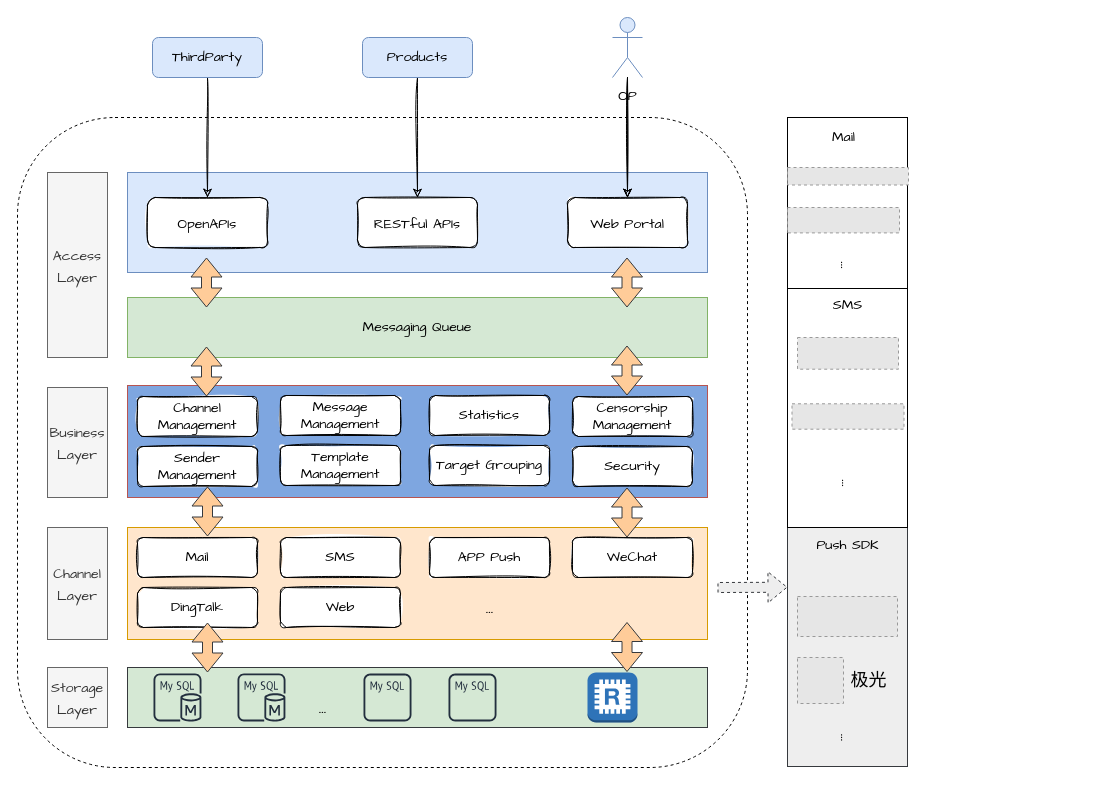
Before: page "Page-1" (1 of 2) of MSP.drawio in yindongjun/gangzhang.github.io, a draw.io diagram. Source tidied: cells renumbered, new cells numbered last; positions are measured from the earlier drawing's top-left corner, leaving out a move shared by most shapes. Both pictures are drawn from the tidied source at 100%, with x=0, y=0 at pixel (17, 17). Pictures stored in the file or linked from it are replaced by grey dashed boxes.
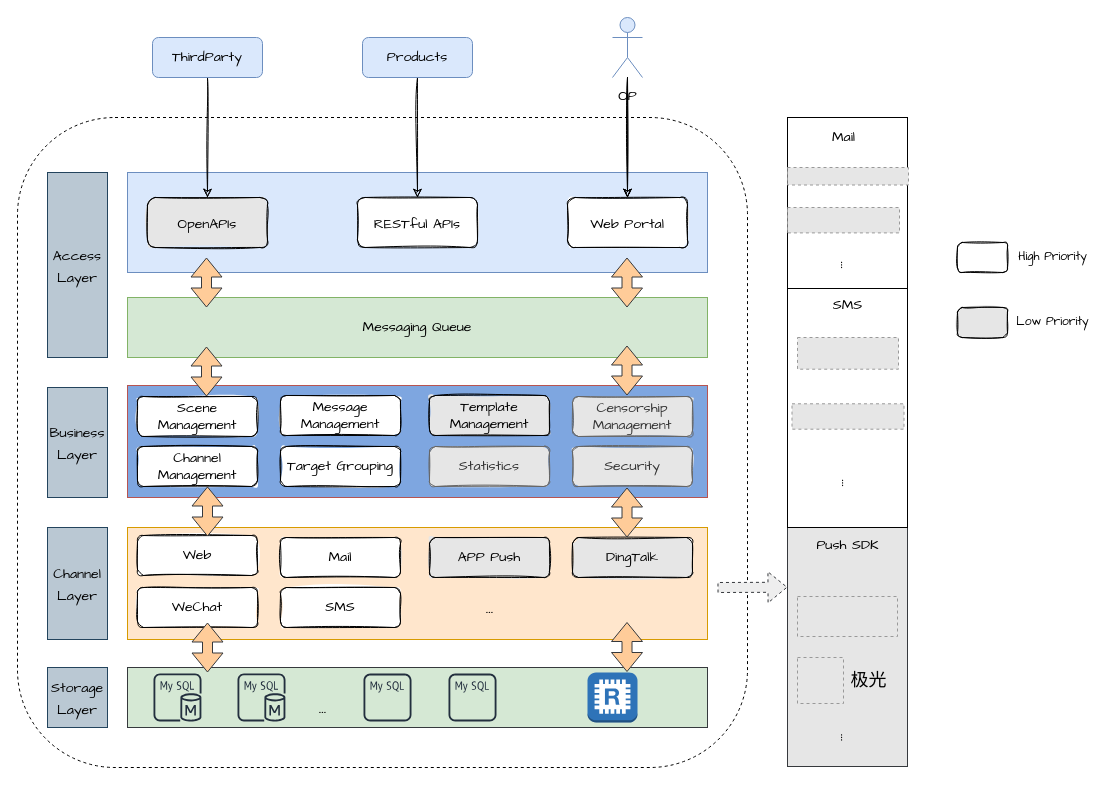
The same diagram, later.

What changed in the source:
```diff
@@
-    <mxCell id="12" value="&lt;font style=&quot;font-size: 14px;&quot;&gt;OpenAPIs&lt;/font&gt;" style="rounded=1;whiteSpace=wrap;html=1;sketch=1;fontFamily=Comic Sans MS;fontSize=18;" parent="1" vertex="1">
+    <mxCell id="12" value="&lt;font style=&quot;font-size: 14px;&quot;&gt;OpenAPIs&lt;/font&gt;" style="rounded=1;whiteSpace=wrap;html=1;sketch=1;fontFamily=Comic Sans MS;fontSize=18;fillColor=#E6E6E6;fillStyle=solid;" parent="1" vertex="1">
       <mxGeometry x="130" y="180" width="120" height="50" as="geometry" />
     </mxCell>
@@
-    <mxCell id="18" value="Template Management" style="rounded=1;whiteSpace=wrap;html=1;sketch=1;fontFamily=Comic Sans MS;fontSize=14;fillColor=default;" parent="1" vertex="1">
-      <mxGeometry x="263" y="428" width="120" height="40" as="geometry" />
+    <mxCell id="18" value="Template Management" style="rounded=1;whiteSpace=wrap;html=1;sketch=1;fontFamily=Comic Sans MS;fontSize=14;fillColor=#E6E6E6;fillStyle=solid;" parent="1" vertex="1">
+      <mxGeometry x="412" y="378" width="120" height="40" as="geometry" />
     </mxCell>
-    <mxCell id="19" value="Statistics" style="rounded=1;whiteSpace=wrap;html=1;sketch=1;fontFamily=Comic Sans MS;fontSize=14;fillColor=default;" parent="1" vertex="1">
-      <mxGeometry x="412" y="378" width="120" height="40" as="geometry" />
+    <mxCell id="19" value="Statistics" style="rounded=1;whiteSpace=wrap;html=1;sketch=1;fontFamily=Comic Sans MS;fontSize=14;fillColor=#E6E6E6;fontColor=#333333;strokeColor=#666666;fillStyle=solid;" parent="1" vertex="1">
+      <mxGeometry x="412" y="429" width="120" height="40" as="geometry" />
     </mxCell>
     <mxCell id="20" value="Target Grouping" style="rounded=1;whiteSpace=wrap;html=1;sketch=1;fontFamily=Comic Sans MS;fontSize=14;fillColor=default;" parent="1" vertex="1">
-      <mxGeometry x="412" y="428" width="120" height="40" as="geometry" />
+      <mxGeometry x="263" y="429" width="120" height="40" as="geometry" />
     </mxCell>
-    <mxCell id="21" value="Censorship Management" style="rounded=1;whiteSpace=wrap;html=1;sketch=1;fontFamily=Comic Sans MS;fontSize=14;fillColor=default;" parent="1" vertex="1">
+    <mxCell id="21" value="Censorship Management" style="rounded=1;whiteSpace=wrap;html=1;sketch=1;fontFamily=Comic Sans MS;fontSize=14;fillColor=#E6E6E6;fontColor=#333333;strokeColor=#666666;fillStyle=solid;" parent="1" vertex="1">
       <mxGeometry x="555" y="379" width="120" height="40" as="geometry" />
     </mxCell>
-    <mxCell id="22" value="Channel Management" style="rounded=1;whiteSpace=wrap;html=1;sketch=1;fontFamily=Comic Sans MS;fontSize=14;fillColor=default;" parent="1" vertex="1">
+    <mxCell id="22" value="Scene Management" style="rounded=1;whiteSpace=wrap;html=1;sketch=1;fontFamily=Comic Sans MS;fontSize=14;fillColor=default;" parent="1" vertex="1">
       <mxGeometry x="120" y="379" width="120" height="40" as="geometry" />
     </mxCell>
-    <mxCell id="23" value="Sender Management" style="rounded=1;whiteSpace=wrap;html=1;sketch=1;fontFamily=Comic Sans MS;fontSize=14;fillColor=default;" parent="1" vertex="1">
+    <mxCell id="23" value="Channel&lt;br&gt;Management" style="rounded=1;whiteSpace=wrap;html=1;sketch=1;fontFamily=Comic Sans MS;fontSize=14;fillColor=default;" parent="1" vertex="1">
       <mxGeometry x="120" y="429" width="120" height="40" as="geometry" />
     </mxCell>
@@
     <mxCell id="25" value="Mail" style="rounded=1;whiteSpace=wrap;html=1;sketch=1;fontFamily=Comic Sans MS;fontSize=14;fillColor=default;" parent="1" vertex="1">
-      <mxGeometry x="120" y="520" width="120" height="40" as="geometry" />
+      <mxGeometry x="263" y="520" width="120" height="40" as="geometry" />
     </mxCell>
     <mxCell id="26" value="SMS" style="rounded=1;whiteSpace=wrap;html=1;sketch=1;fontFamily=Comic Sans MS;fontSize=14;fillColor=default;" parent="1" vertex="1">
-      <mxGeometry x="263" y="520" width="120" height="40" as="geometry" />
+      <mxGeometry x="263" y="570" width="120" height="40" as="geometry" />
     </mxCell>
-    <mxCell id="27" value="APP Push" style="rounded=1;whiteSpace=wrap;html=1;sketch=1;fontFamily=Comic Sans MS;fontSize=14;fillColor=default;" parent="1" vertex="1">
+    <mxCell id="27" value="APP Push" style="rounded=1;whiteSpace=wrap;html=1;sketch=1;fontFamily=Comic Sans MS;fontSize=14;fillColor=#E6E6E6;fillStyle=solid;" parent="1" vertex="1">
       <mxGeometry x="412" y="520" width="120" height="40" as="geometry" />
     </mxCell>
     <mxCell id="28" value="WeChat" style="rounded=1;whiteSpace=wrap;html=1;sketch=1;fontFamily=Comic Sans MS;fontSize=14;fillColor=default;" parent="1" vertex="1">
-      <mxGeometry x="555" y="520" width="120" height="40" as="geometry" />
+      <mxGeometry x="120" y="570" width="120" height="40" as="geometry" />
     </mxCell>
-    <mxCell id="29" value="DingTalk" style="rounded=1;whiteSpace=wrap;html=1;sketch=1;fontFamily=Comic Sans MS;fontSize=14;fillColor=default;" parent="1" vertex="1">
-      <mxGeometry x="120" y="570" width="120" height="40" as="geometry" />
+    <mxCell id="29" value="DingTalk" style="rounded=1;whiteSpace=wrap;html=1;sketch=1;fontFamily=Comic Sans MS;fontSize=14;fillColor=#E6E6E6;fillStyle=solid;" parent="1" vertex="1">
+      <mxGeometry x="555" y="520" width="120" height="40" as="geometry" />
     </mxCell>
     <mxCell id="30" value="Web" style="rounded=1;whiteSpace=wrap;html=1;sketch=1;fontFamily=Comic Sans MS;fontSize=14;fillColor=default;" parent="1" vertex="1">
-      <mxGeometry x="263" y="570" width="120" height="40" as="geometry" />
+      <mxGeometry x="120" y="518" width="120" height="40" as="geometry" />
     </mxCell>
@@
-    <mxCell id="37" value="&lt;font style=&quot;font-size: 14px;&quot;&gt;Access&lt;br&gt;Layer&lt;/font&gt;" style="rounded=0;whiteSpace=wrap;html=1;sketch=0;fontFamily=Comic Sans MS;fontSize=18;fillColor=#f5f5f5;strokeColor=#666666;fontColor=#333333;" parent="1" vertex="1">
+    <mxCell id="37" value="&lt;font style=&quot;font-size: 14px;&quot;&gt;Access&lt;br&gt;Layer&lt;/font&gt;" style="rounded=0;whiteSpace=wrap;html=1;sketch=0;fontFamily=Comic Sans MS;fontSize=18;fillColor=#bac8d3;strokeColor=#23445d;" parent="1" vertex="1">
       <mxGeometry x="30" y="155" width="60" height="185" as="geometry" />
     </mxCell>
-    <mxCell id="38" value="&lt;font style=&quot;font-size: 14px;&quot;&gt;Business&lt;br&gt;Layer&lt;/font&gt;" style="rounded=0;whiteSpace=wrap;html=1;sketch=0;fontFamily=Comic Sans MS;fontSize=18;fillColor=#f5f5f5;strokeColor=#666666;fontColor=#333333;" parent="1" vertex="1">
+    <mxCell id="38" value="&lt;font style=&quot;font-size: 14px;&quot;&gt;Business&lt;br&gt;Layer&lt;/font&gt;" style="rounded=0;whiteSpace=wrap;html=1;sketch=0;fontFamily=Comic Sans MS;fontSize=18;fillColor=#bac8d3;strokeColor=#23445d;" parent="1" vertex="1">
       <mxGeometry x="30" y="370" width="60" height="110" as="geometry" />
     </mxCell>
-    <mxCell id="39" value="&lt;font style=&quot;font-size: 14px;&quot;&gt;Channel&lt;br&gt;Layer&lt;/font&gt;" style="rounded=0;whiteSpace=wrap;html=1;sketch=0;fontFamily=Comic Sans MS;fontSize=18;fillColor=#f5f5f5;strokeColor=#666666;fontColor=#333333;" parent="1" vertex="1">
+    <mxCell id="39" value="&lt;font style=&quot;font-size: 14px;&quot;&gt;Channel&lt;br&gt;Layer&lt;/font&gt;" style="rounded=0;whiteSpace=wrap;html=1;sketch=0;fontFamily=Comic Sans MS;fontSize=18;fillColor=#bac8d3;strokeColor=#23445d;" parent="1" vertex="1">
       <mxGeometry x="30" y="510" width="60" height="112" as="geometry" />
     </mxCell>
-    <mxCell id="40" value="&lt;font style=&quot;font-size: 14px;&quot;&gt;Storage&lt;br&gt;Layer&lt;/font&gt;" style="rounded=0;whiteSpace=wrap;html=1;sketch=0;fontFamily=Comic Sans MS;fontSize=18;fillColor=#f5f5f5;strokeColor=#666666;fontColor=#333333;" parent="1" vertex="1">
+    <mxCell id="40" value="&lt;font style=&quot;font-size: 14px;&quot;&gt;Storage&lt;br&gt;Layer&lt;/font&gt;" style="rounded=0;whiteSpace=wrap;html=1;sketch=0;fontFamily=Comic Sans MS;fontSize=18;fillColor=#bac8d3;strokeColor=#23445d;" parent="1" vertex="1">
       <mxGeometry x="30" y="650" width="60" height="60" as="geometry" />
     </mxCell>
@@
-    <mxCell id="42" style="rounded=0;whiteSpace=wrap;html=1;labelBackgroundColor=none;sketch=0;fontFamily=Comic Sans MS;fontSize=14;strokeColor=#36393d;fillColor=#eeeeee;" parent="1" vertex="1">
+    <mxCell id="42" style="rounded=0;whiteSpace=wrap;html=1;labelBackgroundColor=none;sketch=0;fontFamily=Comic Sans MS;fontSize=14;strokeColor=#36393d;fillColor=#E6E6E6;" parent="1" vertex="1">
       <mxGeometry x="770" y="510" width="120" height="239" as="geometry" />
     </mxCell>
@@
-    <mxCell id="67" value="Security" style="rounded=1;whiteSpace=wrap;html=1;sketch=1;fontFamily=Comic Sans MS;fontSize=14;fillColor=default;" parent="1" vertex="1">
+    <mxCell id="67" value="Security" style="rounded=1;whiteSpace=wrap;html=1;sketch=1;fontFamily=Comic Sans MS;fontSize=14;fillColor=#E6E6E6;fontColor=#333333;strokeColor=#666666;fillStyle=solid;" parent="1" vertex="1">
       <mxGeometry x="555" y="429" width="120" height="40" as="geometry" />
     </mxCell>
+    <mxCell id="68" style="rounded=1;whiteSpace=wrap;html=1;sketch=1;fillStyle=solid;fillColor=#E6E6E6;" parent="1" vertex="1">
+      <mxGeometry x="940" y="290" width="50" height="30" as="geometry" />
+    </mxCell>
+    <mxCell id="69" style="rounded=1;whiteSpace=wrap;html=1;sketch=1;fontFamily=Comic Sans MS;fontSize=18;" parent="1" vertex="1">
+      <mxGeometry x="940" y="225" width="50" height="30" as="geometry" />
+    </mxCell>
+    <mxCell id="70" value="&lt;span style=&quot;&quot;&gt;High Priority&lt;/span&gt;" style="text;html=1;align=center;verticalAlign=middle;strokeColor=none;fillColor=none;fontFamily=Comic Sans MS;" parent="1" vertex="1">
+      <mxGeometry x="990" y="230" width="90" height="20" as="geometry" />
+    </mxCell>
+    <mxCell id="71" value="&lt;span style=&quot;&quot;&gt;Low Priority&lt;/span&gt;" style="text;html=1;align=center;verticalAlign=middle;strokeColor=none;fillColor=none;fontFamily=Comic Sans MS;" parent="1" vertex="1">
+      <mxGeometry x="995" y="295" width="80" height="20" as="geometry" />
+    </mxCell>
```
